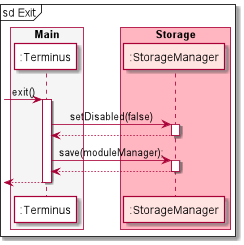
Before: docs/attachments/MainExit.png, a diagram exported from PlantUML (nus-cs2113-AY2122S1/tp).
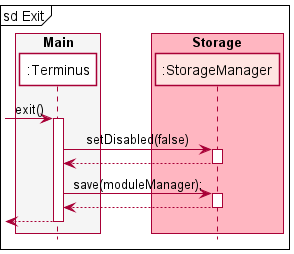
The same file after the commit.

Change to the diagram source:
```diff
@@ -1,14 +1,15 @@
 @startuml
-box "Main" #whitesmoke
-participant ":Terminus" as Terminus #white
+!include SequenceStyle.puml
+box "Main" TERMINUS_BOX_COLOR
+participant ":Terminus" as Terminus TERMINUS_COLOR
 endbox
-box "Storage" #lightpink
-participant ":StorageManager" as StorageManager #mistyrose
+box "Storage" STORAGE_BOX_COLOR
+participant ":StorageManager" as StorageManager STORAGE_COLOR
 endbox
 
 
 autoactivate on
-skinparam sequenceMessageAlign center
+
 mainframe sd Exit
 
  -> Terminus: exit()
```
